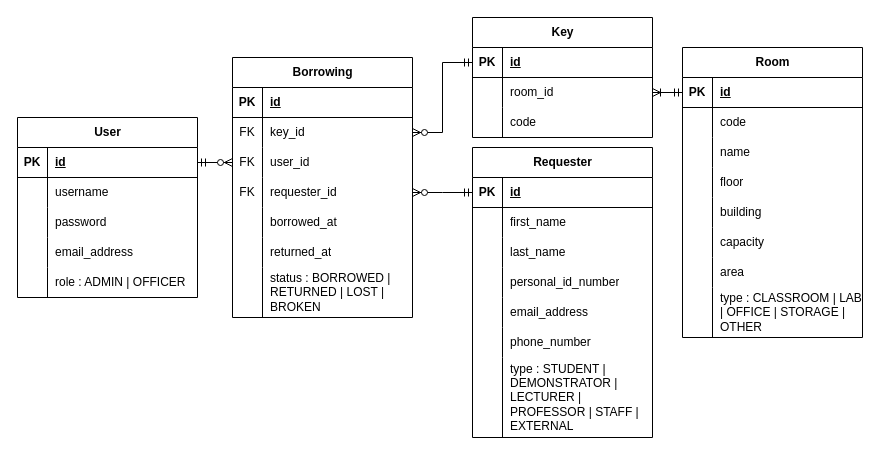
This is docs/ER.drawio from hb3nce04/key-keeper-app, a draw.io file, before an edit. Source tidied: cells renumbered, new cells numbered last; positions are measured from the earlier drawing's top-left corner, leaving out a move shared by most shapes. Both pictures are drawn from the tidied source at 100%, with x=0, y=0 at pixel (17, 17).
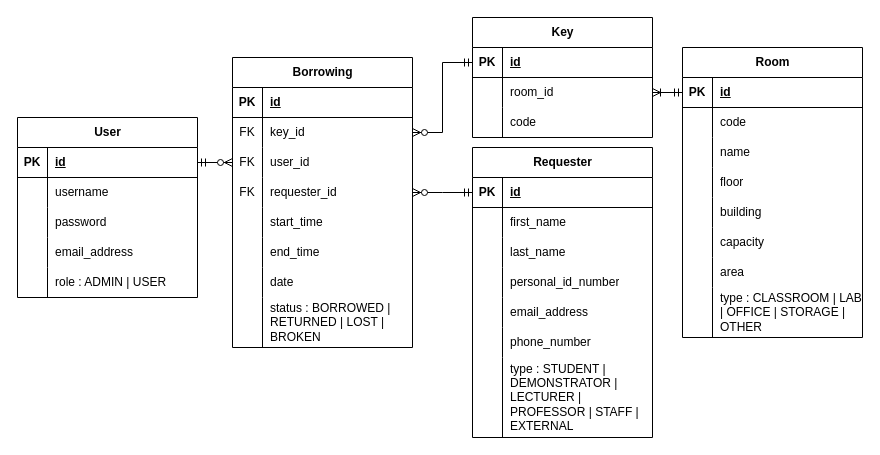
The same diagram, later.

The change refers to these unchanged cells:
```xml
<mxCell id="15" style="shape=tableRow;horizontal=0;startSize=0;swimlaneHead=0;swimlaneBody=0;fillColor=none;top=0;left=0;right=0;bottom=0;" parent="2" vertex="1">
  <mxGeometry y="150" width="180" height="30" as="geometry" />
</mxCell>
<mxCell id="66" style="shape=tableRow;horizontal=0;startSize=0;swimlaneHead=0;swimlaneBody=0;fillColor=none;top=0;left=0;right=0;bottom=0;" parent="53" vertex="1">
  <mxGeometry y="150" width="180" height="30" as="geometry" />
</mxCell>
```

Diff of the diagram source:
```diff
@@
-    <mxCell id="17" value="role : ADMIN | OFFICER" style="shape=partialRectangle;fillColor=none;top=0;left=0;bottom=0;right=0;align=left;spacingLeft=6;overflow=hidden;whiteSpace=wrap;html=1;" parent="15" vertex="1">
+    <mxCell id="17" value="role : ADMIN | USER" style="shape=partialRectangle;fillColor=none;top=0;left=0;bottom=0;right=0;align=left;spacingLeft=6;overflow=hidden;whiteSpace=wrap;html=1;" parent="15" vertex="1">
       <mxGeometry x="30" width="150" height="30" as="geometry" />
     </mxCell>
@@
     <mxCell id="53" value="Borrowing" style="shape=table;startSize=30;childLayout=tableLayout;rowLines=0;fontStyle=1;align=center;html=1;" parent="1" vertex="1">
-      <mxGeometry x="215" y="40" width="180" height="260" as="geometry" />
+      <mxGeometry x="215" y="40" width="180" height="290" as="geometry" />
     </mxCell>
@@
-    <mxCell id="68" value="borrowed_at" style="shape=partialRectangle;fillColor=none;top=0;left=0;bottom=0;right=0;align=left;spacingLeft=6;overflow=hidden;whiteSpace=wrap;html=1;" parent="66" vertex="1">
+    <mxCell id="68" value="start_time" style="shape=partialRectangle;fillColor=none;top=0;left=0;bottom=0;right=0;align=left;spacingLeft=6;overflow=hidden;whiteSpace=wrap;html=1;" parent="66" vertex="1">
       <mxGeometry x="30" width="150" height="30" as="geometry" />
     </mxCell>
+    <mxCell id="101" style="shape=tableRow;horizontal=0;startSize=0;swimlaneHead=0;swimlaneBody=0;fillColor=none;top=0;left=0;right=0;bottom=0;" parent="53" vertex="1">
+      <mxGeometry y="180" width="180" height="30" as="geometry" />
+    </mxCell>
+    <mxCell id="102" style="shape=partialRectangle;fillColor=none;top=0;left=0;bottom=0;right=0;overflow=hidden;whiteSpace=wrap;html=1;" parent="101" vertex="1">
+      <mxGeometry width="30" height="30" as="geometry" />
+    </mxCell>
+    <mxCell id="103" value="end_time" style="shape=partialRectangle;fillColor=none;top=0;left=0;bottom=0;right=0;align=left;spacingLeft=6;overflow=hidden;whiteSpace=wrap;html=1;" parent="101" vertex="1">
+      <mxGeometry x="30" width="150" height="30" as="geometry" />
+    </mxCell>
     <mxCell id="69" style="shape=tableRow;horizontal=0;startSize=0;swimlaneHead=0;swimlaneBody=0;fillColor=none;top=0;left=0;right=0;bottom=0;" parent="53" vertex="1">
-      <mxGeometry y="180" width="180" height="30" as="geometry" />
+      <mxGeometry y="210" width="180" height="30" as="geometry" />
     </mxCell>
@@
-    <mxCell id="71" value="returned_at" style="shape=partialRectangle;fillColor=none;top=0;left=0;bottom=0;right=0;align=left;spacingLeft=6;overflow=hidden;whiteSpace=wrap;html=1;" parent="69" vertex="1">
+    <mxCell id="71" value="date" style="shape=partialRectangle;fillColor=none;top=0;left=0;bottom=0;right=0;align=left;spacingLeft=6;overflow=hidden;whiteSpace=wrap;html=1;" parent="69" vertex="1">
       <mxGeometry x="30" width="150" height="30" as="geometry" />
     </mxCell>
     <mxCell id="72" style="shape=tableRow;horizontal=0;startSize=0;swimlaneHead=0;swimlaneBody=0;fillColor=none;top=0;left=0;right=0;bottom=0;" parent="53" vertex="1">
-      <mxGeometry y="210" width="180" height="50" as="geometry" />
+      <mxGeometry y="240" width="180" height="50" as="geometry" />
     </mxCell>
```
